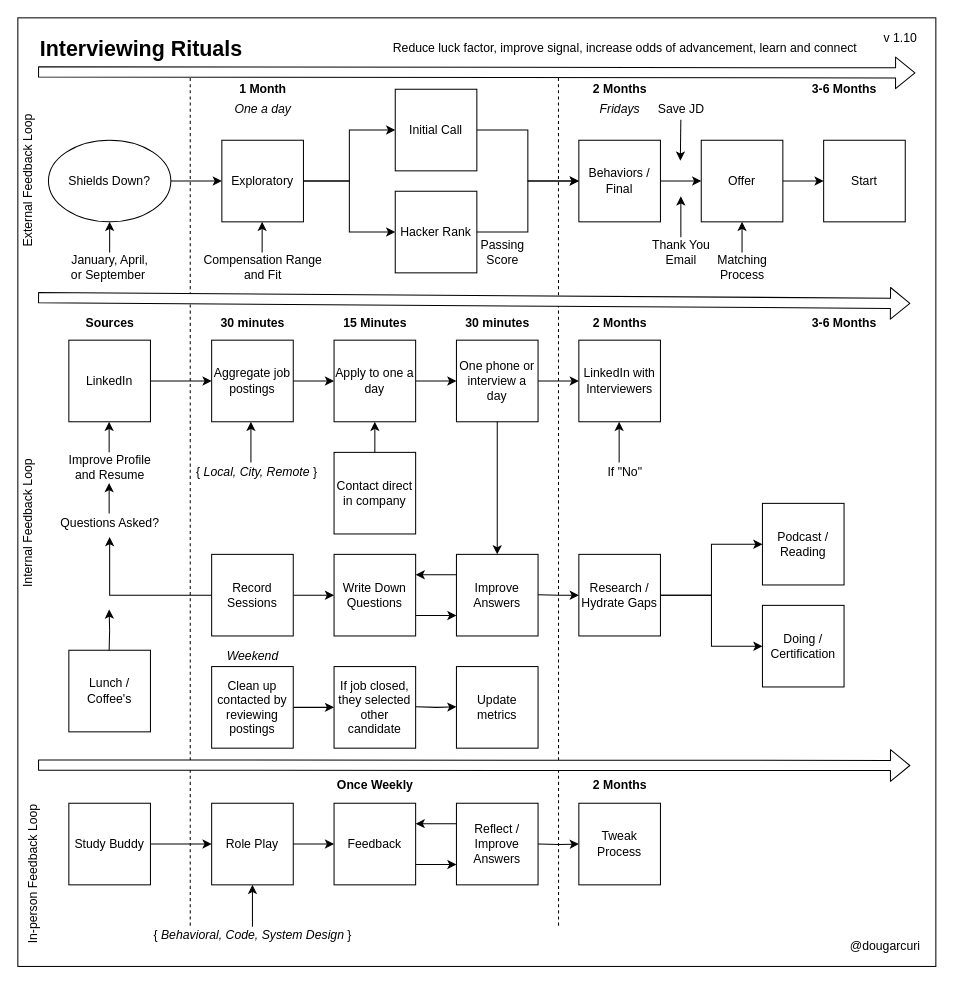
solidi/learning-notes keeps this draw.io diagram as interviews/diagrams/interviewing-ritual.drawio. Above is the earlier version. Source tidied: cells renumbered, new cells numbered last; positions are measured from the earlier drawing's top-left corner, leaving out a move shared by most shapes. Both pictures are drawn from the tidied source at 102%, with x=0, y=0 at pixel (-49, 17).
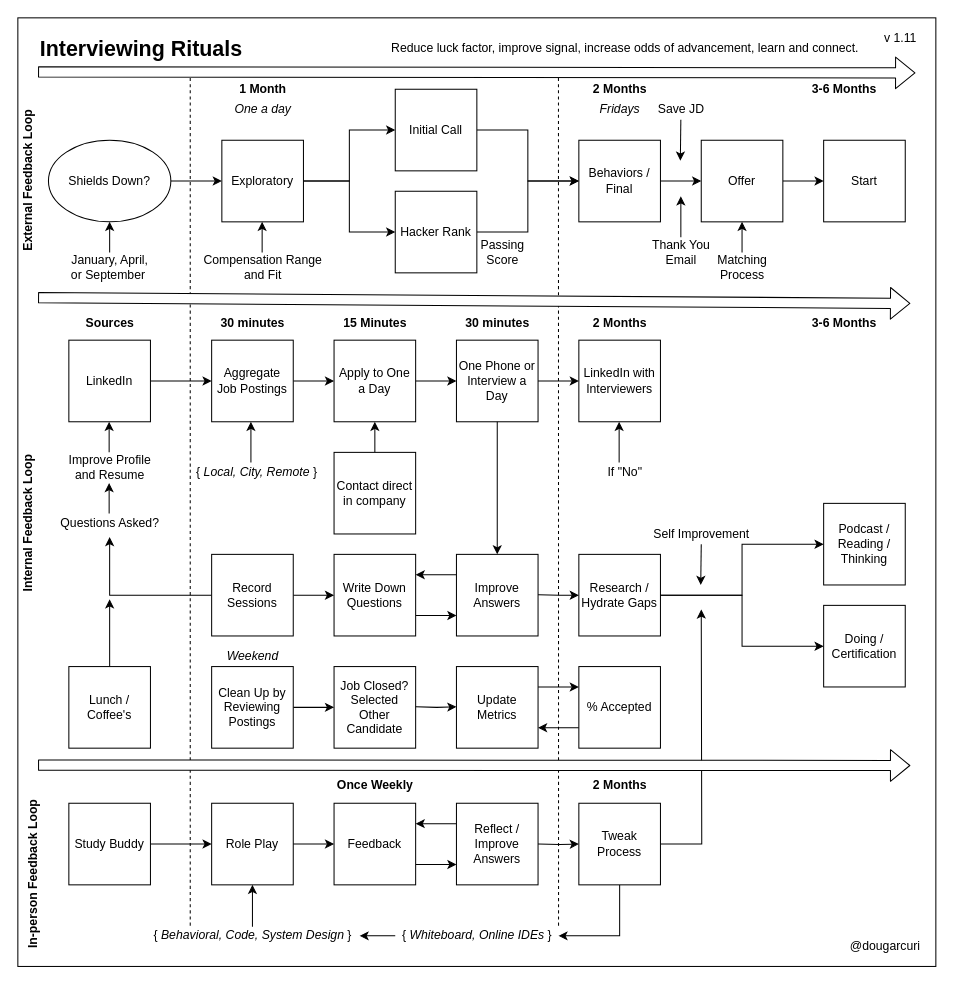
After the change.

Commit message (it also covers changes not shown here):
Add updates to learning loops and detail on tweaking the process

Unchanged cells that the change refers to:
```xml
<mxCell id="97" value="{&amp;nbsp;&lt;i&gt;Behavioral, Code, System Design&lt;/i&gt;&amp;nbsp;}" style="text;html=1;align=center;verticalAlign=middle;points=[];" parent="1" vertex="1">
  <mxGeometry x="190" y="890" width="210" height="20" as="geometry" />
</mxCell>
<mxCell id="105" value="Tweak Process" style="whiteSpace=wrap;html=1;" parent="1" vertex="1">
  <mxGeometry x="615" y="770" width="80" height="80" as="geometry" />
</mxCell>
```

Change to the diagram source:
```diff
@@
-    <mxCell id="22" value="Aggregate job postings" style="whiteSpace=wrap;html=1;" parent="1" vertex="1">
+    <mxCell id="22" value="Aggregate Job Postings" style="whiteSpace=wrap;html=1;" parent="1" vertex="1">
       <mxGeometry x="255" y="316" width="80" height="80" as="geometry" />
     </mxCell>
@@
-    <mxCell id="24" value="Apply to one a day" style="whiteSpace=wrap;html=1;" parent="1" vertex="1">
+    <mxCell id="24" value="Apply to One a Day" style="whiteSpace=wrap;html=1;" parent="1" vertex="1">
       <mxGeometry x="375" y="316" width="80" height="80" as="geometry" />
     </mxCell>
@@
-    <mxCell id="26" value="One phone or interview a day" style="whiteSpace=wrap;html=1;" parent="1" vertex="1">
+    <mxCell id="26" value="One Phone or Interview a Day" style="whiteSpace=wrap;html=1;" parent="1" vertex="1">
       <mxGeometry x="495" y="316" width="80" height="80" as="geometry" />
     </mxCell>
@@
-    <mxCell id="37" value="Clean up contacted by reviewing postings" style="whiteSpace=wrap;html=1;" parent="1" vertex="1">
+    <mxCell id="37" value="Clean Up by Reviewing Postings" style="whiteSpace=wrap;html=1;" parent="1" vertex="1">
       <mxGeometry x="255" y="636" width="80" height="80" as="geometry" />
     </mxCell>
-    <mxCell id="38" value="If job closed, they selected other candidate" style="whiteSpace=wrap;html=1;" parent="1" vertex="1">
+    <mxCell id="38" value="Job Closed? Selected Other Candidate" style="whiteSpace=wrap;html=1;" parent="1" vertex="1">
       <mxGeometry x="375" y="636" width="80" height="80" as="geometry" />
     </mxCell>
@@
-    <mxCell id="48" value="v 1.10" style="text;html=1;align=center;verticalAlign=middle;" parent="1" vertex="1">
+    <mxCell id="48" value="v 1.11" style="text;html=1;align=center;verticalAlign=middle;" parent="1" vertex="1">
       <mxGeometry x="905" y="10" width="50" height="20" as="geometry" />
     </mxCell>
@@
+    <mxCell id="106" style="edgeStyle=orthogonalEdgeStyle;rounded=0;jettySize=auto;html=1;exitX=1;exitY=0.25;exitDx=0;exitDy=0;entryX=0;entryY=0.25;entryDx=0;entryDy=0;fillColor=#ffffff;" parent="1" edge="1" source="60" target="113">
+      <mxGeometry relative="1" as="geometry" />
+    </mxCell>
-    <mxCell id="60" value="Update metrics" style="whiteSpace=wrap;html=1;" parent="1" vertex="1">
+    <mxCell id="60" value="Update Metrics" style="whiteSpace=wrap;html=1;" parent="1" vertex="1">
       <mxGeometry x="495" y="636" width="80" height="80" as="geometry" />
     </mxCell>
@@
+    <mxCell id="107" style="edgeStyle=orthogonalEdgeStyle;rounded=0;jettySize=auto;html=1;exitX=0.5;exitY=0;exitDx=0;exitDy=0;fillColor=#ffffff;" parent="1" edge="1" source="67">
+      <mxGeometry relative="1" as="geometry">
+        <mxPoint x="155" y="570" as="targetPoint" />
+      </mxGeometry>
+    </mxCell>
     <mxCell id="67" value="Lunch / Coffee's" style="whiteSpace=wrap;html=1;" parent="1" vertex="1">
-      <mxGeometry x="115" y="620" width="80" height="80" as="geometry" />
+      <mxGeometry x="115" y="636" width="80" height="80" as="geometry" />
     </mxCell>
@@
-    <mxCell id="72" style="edgeStyle=orthogonalEdgeStyle;rounded=0;orthogonalLoop=1;jettySize=auto;html=1;" parent="1" edge="1">
-      <mxGeometry relative="1" as="geometry">
-        <mxPoint x="154.5" y="620" as="sourcePoint" />
-        <mxPoint x="154.5" y="580" as="targetPoint" />
-      </mxGeometry>
-    </mxCell>
@@
-    <mxCell id="79" value="Podcast / Reading" style="whiteSpace=wrap;html=1;" parent="1" vertex="1">
-      <mxGeometry x="795" y="476" width="80" height="80" as="geometry" />
+    <mxCell id="79" value="Podcast / Reading / Thinking" style="whiteSpace=wrap;html=1;" parent="1" vertex="1">
+      <mxGeometry x="855" y="476" width="80" height="80" as="geometry" />
     </mxCell>
     <mxCell id="80" value="Doing / Certification" style="whiteSpace=wrap;html=1;" parent="1" vertex="1">
-      <mxGeometry x="795" y="576" width="80" height="80" as="geometry" />
+      <mxGeometry x="855" y="576" width="80" height="80" as="geometry" />
     </mxCell>
@@
-    <mxCell id="82" value="Internal Feedback Loop" style="text;html=1;align=center;verticalAlign=middle;rotation=-90;" parent="1" vertex="1">
-      <mxGeometry x="5" y="486" width="140" height="20" as="geometry" />
+    <mxCell id="82" value="&lt;b&gt;Internal Feedback Loop&lt;/b&gt;" style="text;html=1;align=center;verticalAlign=middle;rotation=-90;" parent="1" vertex="1">
+      <mxGeometry y="486" width="150" height="20" as="geometry" />
     </mxCell>
-    <mxCell id="83" value="External Feedback Loop" style="text;html=1;align=center;verticalAlign=middle;rotation=-90;" parent="1" vertex="1">
+    <mxCell id="83" value="&lt;b&gt;External Feedback Loop&lt;/b&gt;" style="text;html=1;align=center;verticalAlign=middle;rotation=-90;" parent="1" vertex="1">
       <mxGeometry y="150" width="150" height="20" as="geometry" />
     </mxCell>
@@
-    <mxCell id="87" style="shape=flexArrow;endArrow=classic;html=1;fillColor=#ffffff;exitX=0.022;exitY=0.768;exitDx=0;exitDy=0;exitPerimeter=0;" parent="1" edge="1">
-      <mxGeometry relative="1" as="geometry">
-        <mxPoint x="84.8" y="732.6" as="sourcePoint" />
-        <mxPoint x="940" y="733" as="targetPoint" />
-      </mxGeometry>
-    </mxCell>
@@
-    <mxCell id="89" value="Reduce luck factor, improve signal, increase odds of advancement, learn and connect" style="text;html=1;align=center;verticalAlign=middle;" parent="1" vertex="1">
+    <mxCell id="89" value="Reduce luck factor, improve signal, increase odds of advancement, learn and connect." style="text;html=1;align=center;verticalAlign=middle;" parent="1" vertex="1">
       <mxGeometry x="425" y="20" width="470" height="20" as="geometry" />
     </mxCell>
@@
-    <mxCell id="92" value="In-person Feedback Loop" style="text;html=1;align=center;verticalAlign=middle;rotation=-90;" parent="1" vertex="1">
-      <mxGeometry x="5" y="830" width="150" height="20" as="geometry" />
+    <mxCell id="92" value="&lt;b&gt;In-person Feedback Loop&lt;/b&gt;" style="text;html=1;align=center;verticalAlign=middle;rotation=-90;" parent="1" vertex="1">
+      <mxGeometry y="830" width="160" height="20" as="geometry" />
     </mxCell>
@@
+    <mxCell id="108" style="edgeStyle=orthogonalEdgeStyle;rounded=0;jettySize=auto;html=1;exitX=0.5;exitY=1;exitDx=0;exitDy=0;entryX=1;entryY=0.5;entryDx=0;entryDy=0;entryPerimeter=0;fillColor=#ffffff;" parent="1" edge="1" source="105" target="111">
+      <mxGeometry relative="1" as="geometry" />
+    </mxCell>
+    <mxCell id="109" style="edgeStyle=orthogonalEdgeStyle;rounded=0;jettySize=auto;html=1;exitX=1;exitY=0.5;exitDx=0;exitDy=0;fillColor=#ffffff;" parent="1" edge="1" source="105">
+      <mxGeometry relative="1" as="geometry">
+        <mxPoint x="735" y="580" as="targetPoint" />
+      </mxGeometry>
+    </mxCell>
@@
+    <mxCell id="110" style="edgeStyle=orthogonalEdgeStyle;rounded=0;jettySize=auto;html=1;fillColor=#ffffff;" parent="1" edge="1" source="111" target="97">
+      <mxGeometry relative="1" as="geometry" />
+    </mxCell>
+    <mxCell id="111" value="{ &lt;i&gt;Whiteboard, Online IDEs&lt;/i&gt;&amp;nbsp;}" style="text;html=1;align=center;verticalAlign=middle;points=[];" parent="1" vertex="1">
+      <mxGeometry x="435" y="890" width="160" height="20" as="geometry" />
+    </mxCell>
+    <mxCell id="112" style="edgeStyle=orthogonalEdgeStyle;rounded=0;jettySize=auto;html=1;exitX=0;exitY=0.75;exitDx=0;exitDy=0;entryX=1;entryY=0.75;entryDx=0;entryDy=0;fillColor=#ffffff;" parent="1" edge="1" source="113" target="60">
+      <mxGeometry relative="1" as="geometry" />
+    </mxCell>
+    <mxCell id="113" value="% Accepted" style="whiteSpace=wrap;html=1;" parent="1" vertex="1">
+      <mxGeometry x="615" y="636" width="80" height="80" as="geometry" />
+    </mxCell>
+    <mxCell id="114" style="endArrow=classic;html=1;" parent="1" edge="1">
+      <mxGeometry relative="1" as="geometry">
+        <mxPoint x="735" y="516" as="sourcePoint" />
+        <mxPoint x="734.5" y="556" as="targetPoint" />
+      </mxGeometry>
+    </mxCell>
+    <mxCell id="115" value="Self Improvement" style="text;html=1;align=center;verticalAlign=middle;" parent="1" vertex="1">
+      <mxGeometry x="680" y="496" width="110" height="20" as="geometry" />
+    </mxCell>
+    <mxCell id="87" style="shape=flexArrow;endArrow=classic;html=1;fillColor=#ffffff;exitX=0.022;exitY=0.768;exitDx=0;exitDy=0;exitPerimeter=0;" parent="1" edge="1">
+      <mxGeometry relative="1" as="geometry">
+        <mxPoint x="84.8" y="732.6" as="sourcePoint" />
+        <mxPoint x="940" y="733" as="targetPoint" />
+      </mxGeometry>
+    </mxCell>
```
